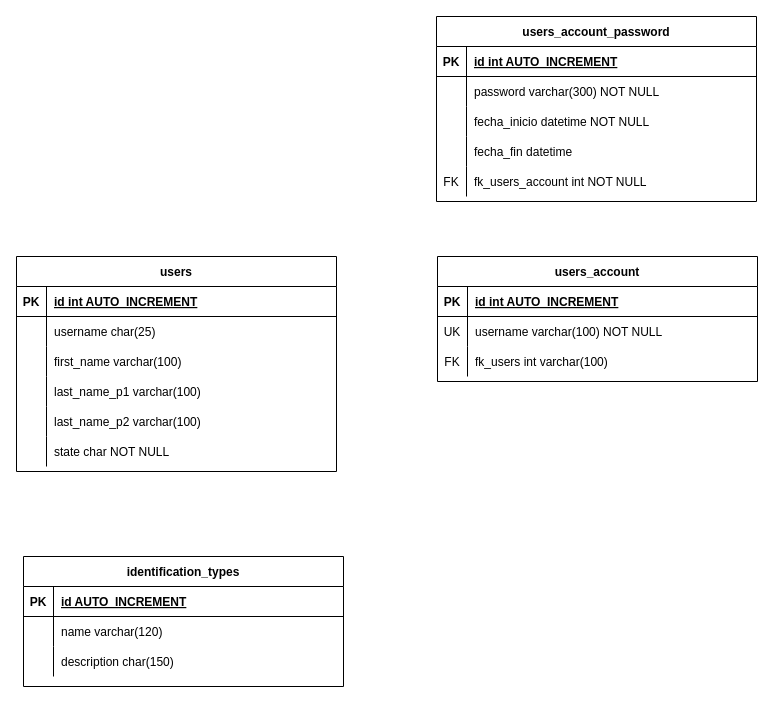
prs2772/Mexanizate_V2 keeps this draw.io diagram as Documents/Diagrams/ER Mexanizate_V2.drawio. Above is the earlier version. Source tidied: cells renumbered, new cells numbered last; positions are measured from the earlier drawing's top-left corner, leaving out a move shared by most shapes. Both pictures are drawn from the tidied source at 100%, with x=0, y=0 at pixel (16, 16).
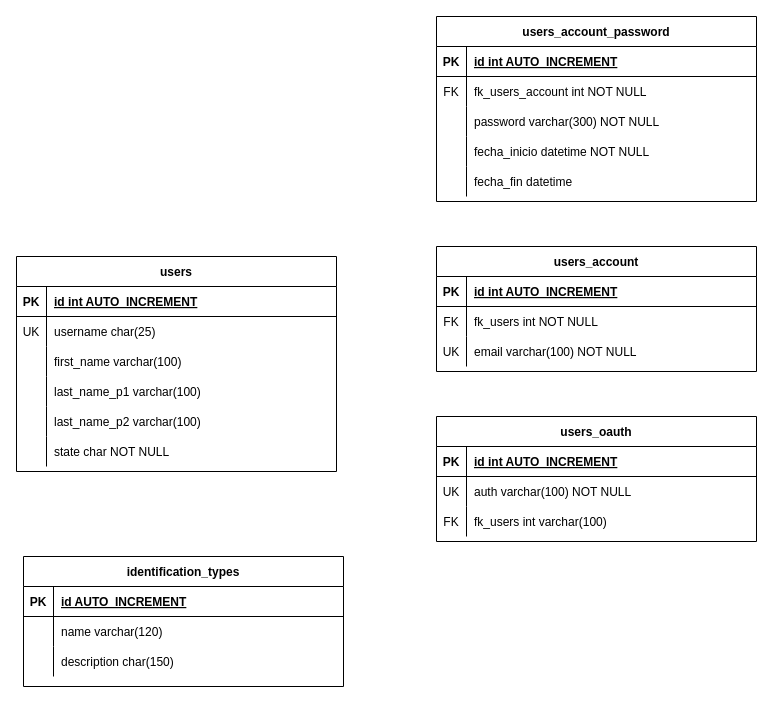
After the change.

The change refers to these unchanged cells:
```xml
<mxCell id="16" style="shape=partialRectangle;fillColor=none;top=0;left=0;right=0;bottom=0;" parent="12" vertex="1">
  <mxGeometry y="60" width="320" height="30" as="geometry" />
</mxCell>
<mxCell id="41" value="users_account_password" style="shape=table;startSize=30;childLayout=tableLayout;rowLines=0;fontStyle=1;align=center;" parent="1" vertex="1">
  <mxGeometry x="420" width="320" height="185" as="geometry" />
</mxCell>
```

The edit, as a diff of the source:
```diff
@@
-    <mxCell id="17" style="shape=partialRectangle;overflow=hidden;fillColor=none;top=0;left=0;bottom=0;right=0;" parent="16" vertex="1">
+    <mxCell id="17" value="UK" style="shape=partialRectangle;overflow=hidden;fillColor=none;top=0;left=0;bottom=0;right=0;" parent="16" vertex="1">
       <mxGeometry width="30" height="30" as="geometry" />
     </mxCell>
@@
     <mxCell id="31" value="users_account" style="shape=table;startSize=30;childLayout=tableLayout;rowLines=0;fontStyle=1;align=center;" parent="1" vertex="1">
-      <mxGeometry x="421" y="240" width="320" height="125" as="geometry" />
+      <mxGeometry x="420" y="230" width="320" height="125" as="geometry" />
     </mxCell>
@@
+    <mxCell id="38" style="shape=partialRectangle;fillColor=none;top=0;left=0;right=0;bottom=0;" parent="31" vertex="1">
+      <mxGeometry y="60" width="320" height="30" as="geometry" />
+    </mxCell>
+    <mxCell id="39" value="FK" style="shape=partialRectangle;overflow=hidden;fillColor=none;top=0;left=0;bottom=0;right=0;" parent="38" vertex="1">
+      <mxGeometry width="30" height="30" as="geometry" />
+    </mxCell>
+    <mxCell id="40" value="fk_users int NOT NULL" style="shape=partialRectangle;overflow=hidden;fillColor=none;top=0;left=0;bottom=0;right=0;align=left;spacingLeft=6;" parent="38" vertex="1">
+      <mxGeometry x="30" width="290" height="30" as="geometry" />
+    </mxCell>
     <mxCell id="35" style="shape=partialRectangle;fillColor=none;top=0;left=0;right=0;bottom=0;" parent="31" vertex="1">
-      <mxGeometry y="60" width="320" height="30" as="geometry" />
+      <mxGeometry y="90" width="320" height="30" as="geometry" />
     </mxCell>
@@
-    <mxCell id="37" value="username varchar(100) NOT NULL" style="shape=partialRectangle;overflow=hidden;fillColor=none;top=0;left=0;bottom=0;right=0;align=left;spacingLeft=6;" parent="35" vertex="1">
+    <mxCell id="37" value="email varchar(100) NOT NULL" style="shape=partialRectangle;overflow=hidden;fillColor=none;top=0;left=0;bottom=0;right=0;align=left;spacingLeft=6;" parent="35" vertex="1">
       <mxGeometry x="30" width="290" height="30" as="geometry" />
     </mxCell>
-    <mxCell id="38" style="shape=partialRectangle;fillColor=none;top=0;left=0;right=0;bottom=0;" parent="31" vertex="1">
-      <mxGeometry y="90" width="320" height="30" as="geometry" />
-    </mxCell>
-    <mxCell id="39" value="FK" style="shape=partialRectangle;overflow=hidden;fillColor=none;top=0;left=0;bottom=0;right=0;" parent="38" vertex="1">
-      <mxGeometry width="30" height="30" as="geometry" />
-    </mxCell>
-    <mxCell id="40" value="fk_users int varchar(100)" style="shape=partialRectangle;overflow=hidden;fillColor=none;top=0;left=0;bottom=0;right=0;align=left;spacingLeft=6;" parent="38" vertex="1">
-      <mxGeometry x="30" width="290" height="30" as="geometry" />
-    </mxCell>
@@
+    <mxCell id="54" style="shape=partialRectangle;fillColor=none;top=0;left=0;right=0;bottom=0;" parent="41" vertex="1">
+      <mxGeometry y="60" width="320" height="30" as="geometry" />
+    </mxCell>
+    <mxCell id="55" value="FK" style="shape=partialRectangle;overflow=hidden;fillColor=none;top=0;left=0;bottom=0;right=0;" parent="54" vertex="1">
+      <mxGeometry width="30" height="30" as="geometry" />
+    </mxCell>
+    <mxCell id="56" value="fk_users_account int NOT NULL" style="shape=partialRectangle;overflow=hidden;fillColor=none;top=0;left=0;bottom=0;right=0;align=left;spacingLeft=6;" parent="54" vertex="1">
+      <mxGeometry x="30" width="290" height="30" as="geometry" />
+    </mxCell>
     <mxCell id="45" style="shape=partialRectangle;fillColor=none;top=0;left=0;right=0;bottom=0;" parent="41" vertex="1">
-      <mxGeometry y="60" width="320" height="30" as="geometry" />
+      <mxGeometry y="90" width="320" height="30" as="geometry" />
     </mxCell>
@@
     <mxCell id="48" style="shape=partialRectangle;fillColor=none;top=0;left=0;right=0;bottom=0;" parent="41" vertex="1">
-      <mxGeometry y="90" width="320" height="30" as="geometry" />
+      <mxGeometry y="120" width="320" height="30" as="geometry" />
     </mxCell>
@@
     <mxCell id="51" style="shape=partialRectangle;fillColor=none;top=0;left=0;right=0;bottom=0;" parent="41" vertex="1">
-      <mxGeometry y="120" width="320" height="30" as="geometry" />
+      <mxGeometry y="150" width="320" height="30" as="geometry" />
     </mxCell>
@@
-    <mxCell id="54" style="shape=partialRectangle;fillColor=none;top=0;left=0;right=0;bottom=0;" parent="41" vertex="1">
-      <mxGeometry y="150" width="320" height="30" as="geometry" />
-    </mxCell>
-    <mxCell id="55" value="FK" style="shape=partialRectangle;overflow=hidden;fillColor=none;top=0;left=0;bottom=0;right=0;" parent="54" vertex="1">
-      <mxGeometry width="30" height="30" as="geometry" />
-    </mxCell>
-    <mxCell id="56" value="fk_users_account int NOT NULL" style="shape=partialRectangle;overflow=hidden;fillColor=none;top=0;left=0;bottom=0;right=0;align=left;spacingLeft=6;" parent="54" vertex="1">
-      <mxGeometry x="30" width="290" height="30" as="geometry" />
-    </mxCell>
+    <mxCell id="57" value="users_oauth" style="shape=table;startSize=30;childLayout=tableLayout;rowLines=0;fontStyle=1;align=center;" parent="1" vertex="1">
+      <mxGeometry x="420" y="400" width="320" height="125" as="geometry" />
+    </mxCell>
+    <mxCell id="58" style="shape=partialRectangle;fillColor=none;top=0;left=0;right=0;bottom=1;" parent="57" vertex="1">
+      <mxGeometry y="30" width="320" height="30" as="geometry" />
+    </mxCell>
+    <mxCell id="59" value="PK" style="shape=partialRectangle;overflow=hidden;fillColor=none;top=0;left=0;bottom=0;right=0;fontStyle=1;" parent="58" vertex="1">
+      <mxGeometry width="30" height="30" as="geometry" />
+    </mxCell>
+    <mxCell id="60" value="id int AUTO_INCREMENT" style="shape=partialRectangle;overflow=hidden;fillColor=none;top=0;left=0;bottom=0;right=0;align=left;spacingLeft=6;fontStyle=5;" parent="58" vertex="1">
+      <mxGeometry x="30" width="290" height="30" as="geometry" />
+    </mxCell>
+    <mxCell id="61" style="shape=partialRectangle;fillColor=none;top=0;left=0;right=0;bottom=0;" parent="57" vertex="1">
+      <mxGeometry y="60" width="320" height="30" as="geometry" />
+    </mxCell>
+    <mxCell id="62" value="UK" style="shape=partialRectangle;overflow=hidden;fillColor=none;top=0;left=0;bottom=0;right=0;" parent="61" vertex="1">
+      <mxGeometry width="30" height="30" as="geometry" />
+    </mxCell>
+    <mxCell id="63" value="auth varchar(100) NOT NULL" style="shape=partialRectangle;overflow=hidden;fillColor=none;top=0;left=0;bottom=0;right=0;align=left;spacingLeft=6;" parent="61" vertex="1">
+      <mxGeometry x="30" width="290" height="30" as="geometry" />
+    </mxCell>
+    <mxCell id="64" style="shape=partialRectangle;fillColor=none;top=0;left=0;right=0;bottom=0;" parent="57" vertex="1">
+      <mxGeometry y="90" width="320" height="30" as="geometry" />
+    </mxCell>
+    <mxCell id="65" value="FK" style="shape=partialRectangle;overflow=hidden;fillColor=none;top=0;left=0;bottom=0;right=0;" parent="64" vertex="1">
+      <mxGeometry width="30" height="30" as="geometry" />
+    </mxCell>
+    <mxCell id="66" value="fk_users int varchar(100)" style="shape=partialRectangle;overflow=hidden;fillColor=none;top=0;left=0;bottom=0;right=0;align=left;spacingLeft=6;" parent="64" vertex="1">
+      <mxGeometry x="30" width="290" height="30" as="geometry" />
+    </mxCell>
```
